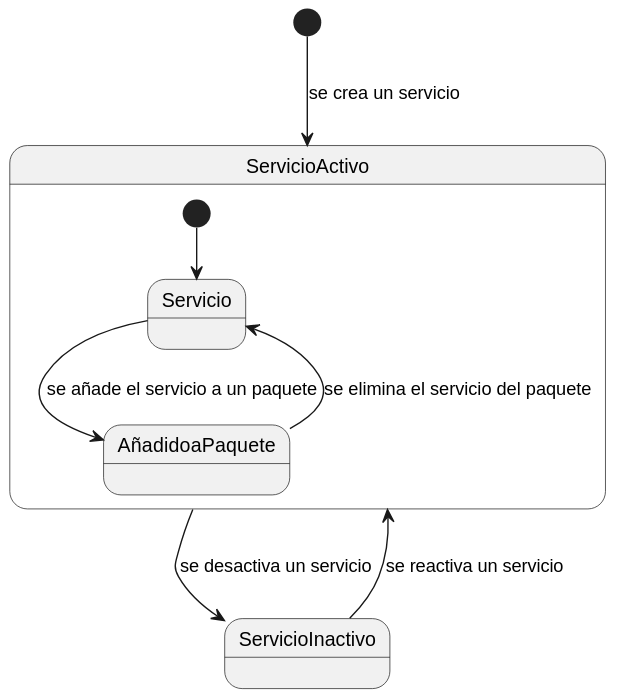
Earlier version of the PlantUML export Modelo_de_Dominio/Diagramas_de_Estado/Servicios/Diagrama_de_Estados_Servicios.svg (mmasias/23-24-IdSw1-SDR). Source of this version:
```plantuml
@startuml
[*] --> ServicioActivo : se crea un servicio

ServicioActivo--> ServicioInactivo : se desactiva un servicio
ServicioInactivo--> ServicioActivo : se reactiva un servicio
State ServicioActivo{
[*]-->Servicio
Servicio-->AñadidoaPaquete :se añade el servicio a un paquete
AñadidoaPaquete --> Servicio : se elimina el servicio del paquete
}


@enduml
```
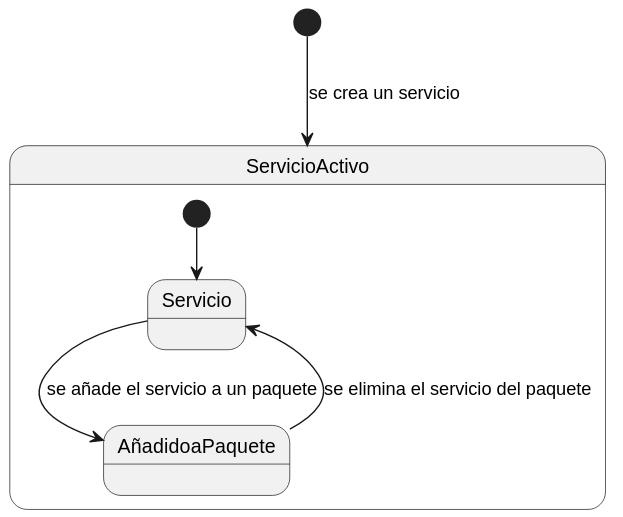
The same diagram one commit later.

Commit message:
editar diagrama de estado

What changed in the source:
```diff
@@ -1,8 +1,7 @@
 @startuml
 [*] --> ServicioActivo : se crea un servicio
 
-ServicioActivo--> ServicioInactivo : se desactiva un servicio
-ServicioInactivo--> ServicioActivo : se reactiva un servicio
+
 State ServicioActivo{
 [*]-->Servicio
 Servicio-->AñadidoaPaquete :se añade el servicio a un paquete
```
